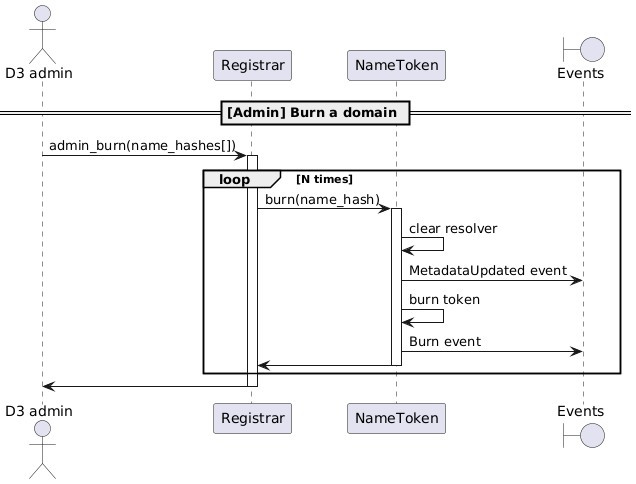
The PlantUML diagram docs/sequence-diagrams/puml/burn-domain.png in make-software/cspr-name-contracts, before a commit.
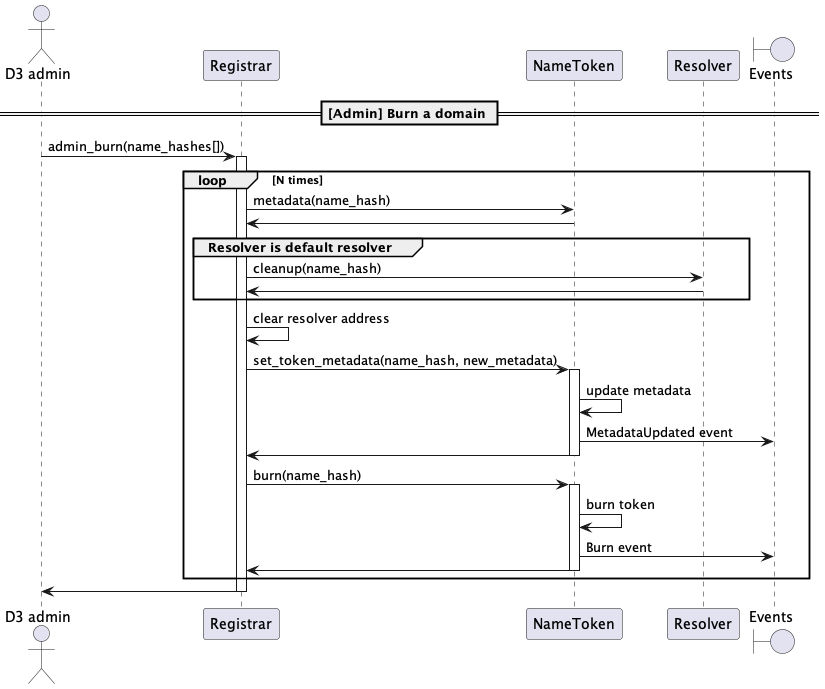
After the change.

Change to the diagram source:
```diff
@@ -3,6 +3,7 @@
 actor "D3 admin"
 participant "Registrar"
 participant "NameToken"
+participant "Resolver"
 boundary "Events"
 
 == [Admin] Burn a domain ==
@@ -10,10 +11,21 @@
 "D3 admin" -> "Registrar": admin_burn(name_hashes[])
 activate Registrar
 loop N times
+    Registrar -> NameToken: metadata(name_hash)
+    NameToken -> Registrar
+    group Resolver is default resolver
+        Registrar -> Resolver: cleanup(name_hash)
+        Resolver -> Registrar:
+    end
+    Registrar -> Registrar: clear resolver address
+    Registrar -> NameToken: set_token_metadata(name_hash, new_metadata)
+    activate NameToken
+    NameToken -> NameToken: update metadata
+    NameToken -> "Events": MetadataUpdated event
+    NameToken -> Registrar
+    deactivate NameToken
     Registrar -> NameToken: burn(name_hash)
     activate NameToken
-    NameToken -> NameToken: clear resolver
-    NameToken -> "Events": MetadataUpdated event
     NameToken -> NameToken: burn token
     NameToken -> "Events": Burn event
     NameToken -> Registrar
```
